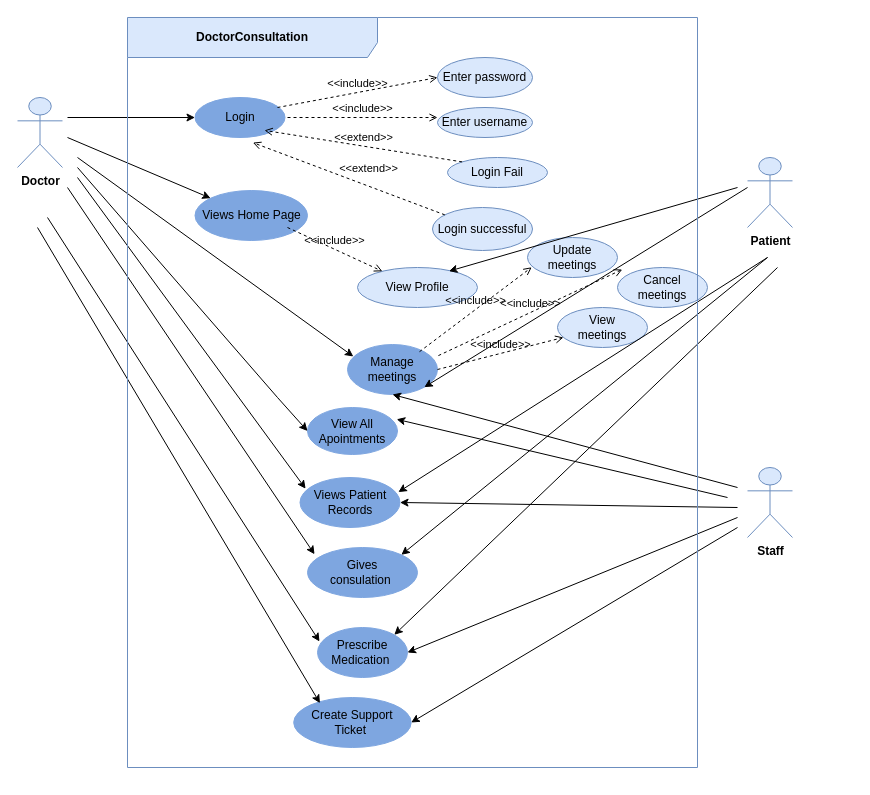
Above: Ramu/UpdatedDiagrams/DoctorConsultationUseCaseDiagram.drawio in nishacado/E-Healthcare (draw.io), before the change. Source tidied: cells renumbered, new cells numbered last; positions are measured from the earlier drawing's top-left corner, leaving out a move shared by most shapes. Both pictures are drawn from the tidied source at 100%, with x=0, y=0 at pixel (17, 17).
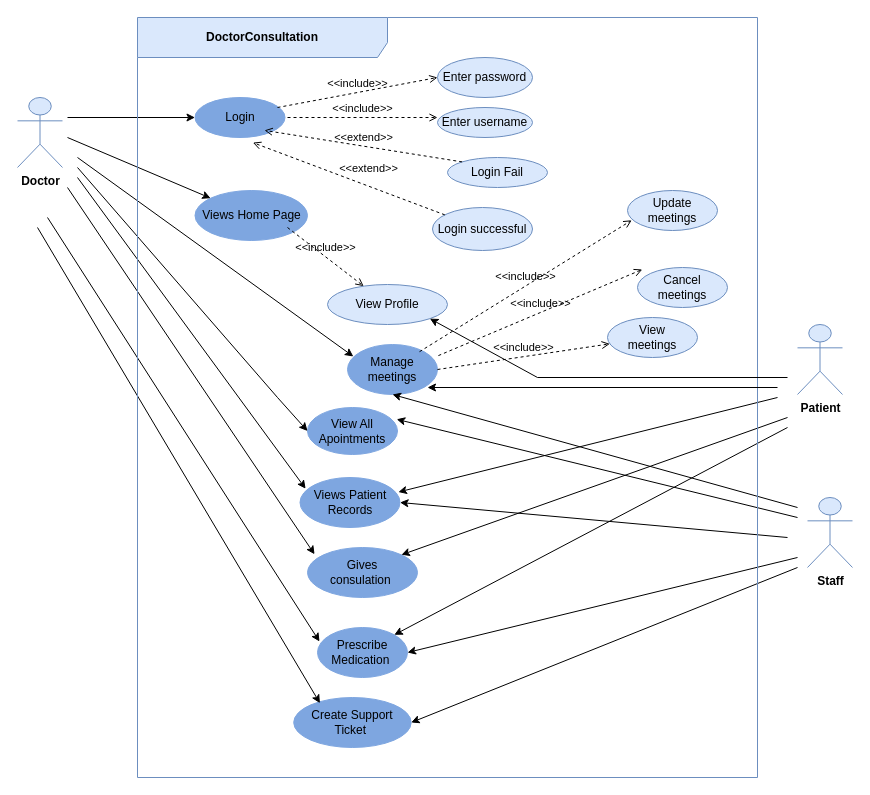
The same diagram, later.

The change refers to these unchanged cells:
```xml
<mxCell id="10" value="Manage meetings" style="ellipse;whiteSpace=wrap;html=1;fontSize=12;fillColor=#7EA6E0;strokeColor=#7EA6E0;" parent="1" vertex="1">
  <mxGeometry x="330" y="327" width="90" height="50" as="geometry" />
</mxCell>
<mxCell id="11" value="&lt;span lang=&quot;EN-SG&quot;&gt;Gives&lt;br&gt;consulation&amp;nbsp;&lt;/span&gt;" style="ellipse;whiteSpace=wrap;html=1;fillColor=#7EA6E0;strokeColor=#7EA6E0;" parent="1" vertex="1">
  <mxGeometry x="290" y="530" width="110" height="50" as="geometry" />
</mxCell>
<mxCell id="15" value="View All Apointments" style="ellipse;whiteSpace=wrap;html=1;fontSize=12;fillColor=#7EA6E0;strokeColor=#7EA6E0;" parent="1" vertex="1">
  <mxGeometry x="290" y="390" width="90" height="47" as="geometry" />
</mxCell>
<mxCell id="16" value="Views Patient Records" style="ellipse;whiteSpace=wrap;html=1;fontSize=12;fillColor=#7EA6E0;strokeColor=#7EA6E0;" parent="1" vertex="1">
  <mxGeometry x="282.5" y="460" width="100" height="50" as="geometry" />
</mxCell>
<mxCell id="17" value="Prescribe Medication&amp;nbsp;" style="ellipse;whiteSpace=wrap;html=1;fontSize=12;fillColor=#7EA6E0;strokeColor=#7EA6E0;" parent="1" vertex="1">
  <mxGeometry x="300" y="610" width="90" height="50" as="geometry" />
</mxCell>
<mxCell id="18" value="Create Support Ticket&amp;nbsp;" style="ellipse;whiteSpace=wrap;html=1;fontSize=12;fillColor=#7EA6E0;strokeColor=#7EA6E0;" parent="1" vertex="1">
  <mxGeometry x="276.2" y="680" width="117.5" height="50" as="geometry" />
</mxCell>
```

The edit, as a diff of the source:
```diff
@@
     <mxCell id="2" value="&lt;b&gt;Patient&lt;/b&gt;" style="shape=umlActor;verticalLabelPosition=bottom;verticalAlign=top;html=1;fontSize=12;fillColor=#dae8fc;strokeColor=#6c8ebf;" parent="1" vertex="1">
-      <mxGeometry x="730" y="140" width="45" height="70" as="geometry" />
+      <mxGeometry x="780" y="307" width="45" height="70" as="geometry" />
     </mxCell>
@@
     <mxCell id="9" value="View Profile" style="ellipse;whiteSpace=wrap;html=1;fontSize=12;fillColor=#dae8fc;strokeColor=#6c8ebf;" parent="1" vertex="1">
-      <mxGeometry x="340" y="250" width="120" height="40" as="geometry" />
+      <mxGeometry x="310" y="267" width="120" height="40" as="geometry" />
     </mxCell>
@@
     <mxCell id="12" value="&lt;span lang=&quot;EN-SG&quot;&gt;View&lt;br&gt;meetings&lt;/span&gt;" style="ellipse;whiteSpace=wrap;html=1;fillColor=#dae8fc;strokeColor=#6c8ebf;" parent="1" vertex="1">
-      <mxGeometry x="540" y="290" width="90" height="40" as="geometry" />
+      <mxGeometry x="590" y="300" width="90" height="40" as="geometry" />
     </mxCell>
     <mxCell id="13" value="&lt;span lang=&quot;EN-SG&quot;&gt;Update&lt;br&gt;meetings&lt;/span&gt;" style="ellipse;whiteSpace=wrap;html=1;fillColor=#dae8fc;strokeColor=#6c8ebf;" parent="1" vertex="1">
-      <mxGeometry x="510" y="220" width="90" height="40" as="geometry" />
+      <mxGeometry x="610" y="173" width="90" height="40" as="geometry" />
     </mxCell>
     <mxCell id="14" value="&lt;span lang=&quot;EN-SG&quot;&gt;Cancel&lt;br&gt;meetings&lt;/span&gt;" style="ellipse;whiteSpace=wrap;html=1;fillColor=#dae8fc;strokeColor=#6c8ebf;" parent="1" vertex="1">
-      <mxGeometry x="600" y="250" width="90" height="40" as="geometry" />
+      <mxGeometry x="620" y="250" width="90" height="40" as="geometry" />
     </mxCell>
@@
     <mxCell id="20" value="&lt;b&gt;Staff&lt;/b&gt;" style="shape=umlActor;verticalLabelPosition=bottom;verticalAlign=top;html=1;fontSize=12;fillColor=#dae8fc;strokeColor=#6c8ebf;" parent="1" vertex="1">
-      <mxGeometry x="730" y="450" width="45" height="70" as="geometry" />
+      <mxGeometry x="790" y="480" width="45" height="70" as="geometry" />
     </mxCell>
@@
     <mxCell id="29" style="endArrow=classic;html=1;rounded=0;entryX=1;entryY=0.5;entryDx=0;entryDy=0;" parent="1" edge="1" target="18">
       <mxGeometry relative="1" as="geometry">
-        <mxPoint x="720" y="510" as="sourcePoint" />
+        <mxPoint x="780" y="550" as="sourcePoint" />
       </mxGeometry>
     </mxCell>
-    <mxCell id="30" style="endArrow=classic;html=1;rounded=0;entryX=0.762;entryY=0.092;entryDx=0;entryDy=0;entryPerimeter=0;" parent="1" edge="1" target="9">
-      <mxGeometry relative="1" as="geometry">
-        <mxPoint x="720" y="170" as="sourcePoint" />
-      </mxGeometry>
-    </mxCell>
-    <mxCell id="31" style="endArrow=classic;html=1;rounded=0;entryX=1;entryY=1;entryDx=0;entryDy=0;" parent="1" edge="1" target="10">
-      <mxGeometry relative="1" as="geometry">
-        <mxPoint x="730" y="170" as="sourcePoint" />
-      </mxGeometry>
-    </mxCell>
     <mxCell id="32" style="endArrow=classic;html=1;rounded=0;entryX=0.984;entryY=0.291;entryDx=0;entryDy=0;entryPerimeter=0;" parent="1" edge="1" target="16">
       <mxGeometry relative="1" as="geometry">
-        <mxPoint x="750" y="240" as="sourcePoint" />
+        <mxPoint x="760" y="380" as="sourcePoint" />
       </mxGeometry>
     </mxCell>
     <mxCell id="33" style="endArrow=classic;html=1;rounded=0;entryX=1;entryY=0.5;entryDx=0;entryDy=0;" parent="1" edge="1" target="16">
       <mxGeometry relative="1" as="geometry">
-        <mxPoint x="720" y="490" as="sourcePoint" />
+        <mxPoint x="770" y="520" as="sourcePoint" />
       </mxGeometry>
     </mxCell>
     <mxCell id="34" style="endArrow=classic;html=1;rounded=0;entryX=0.991;entryY=0.251;entryDx=0;entryDy=0;entryPerimeter=0;" parent="1" edge="1" target="15">
       <mxGeometry relative="1" as="geometry">
-        <mxPoint x="710" y="480" as="sourcePoint" />
+        <mxPoint x="780" y="500" as="sourcePoint" />
       </mxGeometry>
     </mxCell>
     <mxCell id="35" style="endArrow=classic;html=1;rounded=0;entryX=0.5;entryY=1;entryDx=0;entryDy=0;" parent="1" edge="1" target="10">
       <mxGeometry relative="1" as="geometry">
-        <mxPoint x="720" y="470" as="sourcePoint" />
+        <mxPoint x="780" y="490" as="sourcePoint" />
       </mxGeometry>
     </mxCell>
     <mxCell id="36" style="endArrow=classic;html=1;rounded=0;entryX=1;entryY=0;entryDx=0;entryDy=0;" parent="1" edge="1" target="17">
       <mxGeometry relative="1" as="geometry">
-        <mxPoint x="760" y="250" as="sourcePoint" />
+        <mxPoint x="770" y="410" as="sourcePoint" />
       </mxGeometry>
     </mxCell>
     <mxCell id="37" style="endArrow=classic;html=1;rounded=0;entryX=1;entryY=0;entryDx=0;entryDy=0;" parent="1" edge="1" target="11">
       <mxGeometry relative="1" as="geometry">
-        <mxPoint x="750" y="240" as="sourcePoint" />
+        <mxPoint x="770" y="400" as="sourcePoint" />
       </mxGeometry>
     </mxCell>
     <mxCell id="38" style="endArrow=classic;html=1;rounded=0;entryX=1;entryY=0.5;entryDx=0;entryDy=0;" parent="1" edge="1" target="17">
       <mxGeometry relative="1" as="geometry">
-        <mxPoint x="720" y="500" as="sourcePoint" />
+        <mxPoint x="780" y="540" as="sourcePoint" />
       </mxGeometry>
     </mxCell>
@@
     <mxCell id="47" value="&lt;b&gt;DoctorConsultation&lt;/b&gt;" style="shape=umlFrame;whiteSpace=wrap;html=1;fillColor=#dae8fc;strokeColor=#6c8ebf;width=250;height=40;" parent="1" vertex="1">
-      <mxGeometry x="110" width="570" height="750" as="geometry" />
+      <mxGeometry x="120" width="620" height="760" as="geometry" />
     </mxCell>
+    <mxCell id="48" style="endArrow=classic;html=1;rounded=0;" parent="1" edge="1">
+      <mxGeometry relative="1" as="geometry">
+        <mxPoint x="760" y="370" as="sourcePoint" />
+        <mxPoint x="410" y="370" as="targetPoint" />
+      </mxGeometry>
+    </mxCell>
+    <mxCell id="49" style="endArrow=classic;html=1;rounded=0;entryX=1;entryY=1;entryDx=0;entryDy=0;" parent="1" edge="1" target="9">
+      <mxGeometry relative="1" as="geometry">
+        <mxPoint x="770" y="360" as="sourcePoint" />
+        <Array as="points">
+          <mxPoint x="520" y="360" />
+        </Array>
+      </mxGeometry>
+    </mxCell>
```
